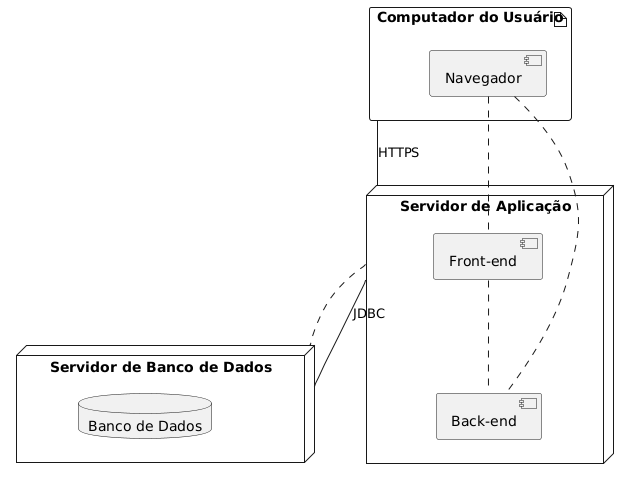
This is project/Diagramas/Diagrama de Implantação/Diagrama de Implantação.png from thais-reiss/Lab3-Sistema-de-moeda-estudantil, a PlantUML export, as it was before one commit.
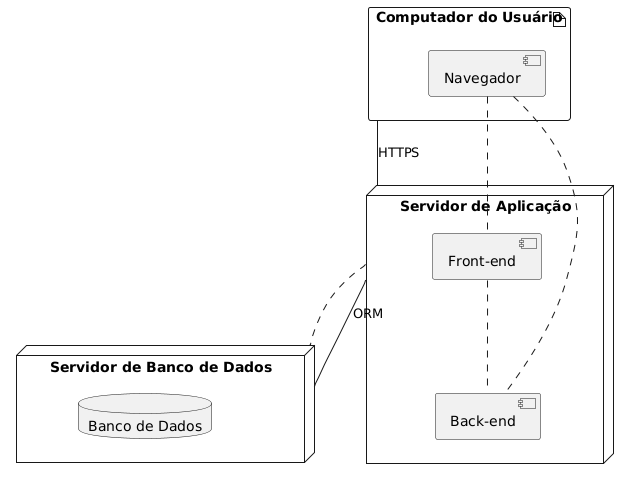
Later version of the same file.

Commit message:
Diagrama de implantação usando ORM de acesso para Banco de Dados

Diff of the diagram source:
```diff
@@ -21,5 +21,5 @@
 browser .. back
 app_server .. db_server
 user -- app_server : «HTTPS»
-app_server -- db_server : «JDBC»
+app_server -- db_server : «ORM»
 @enduml
```
